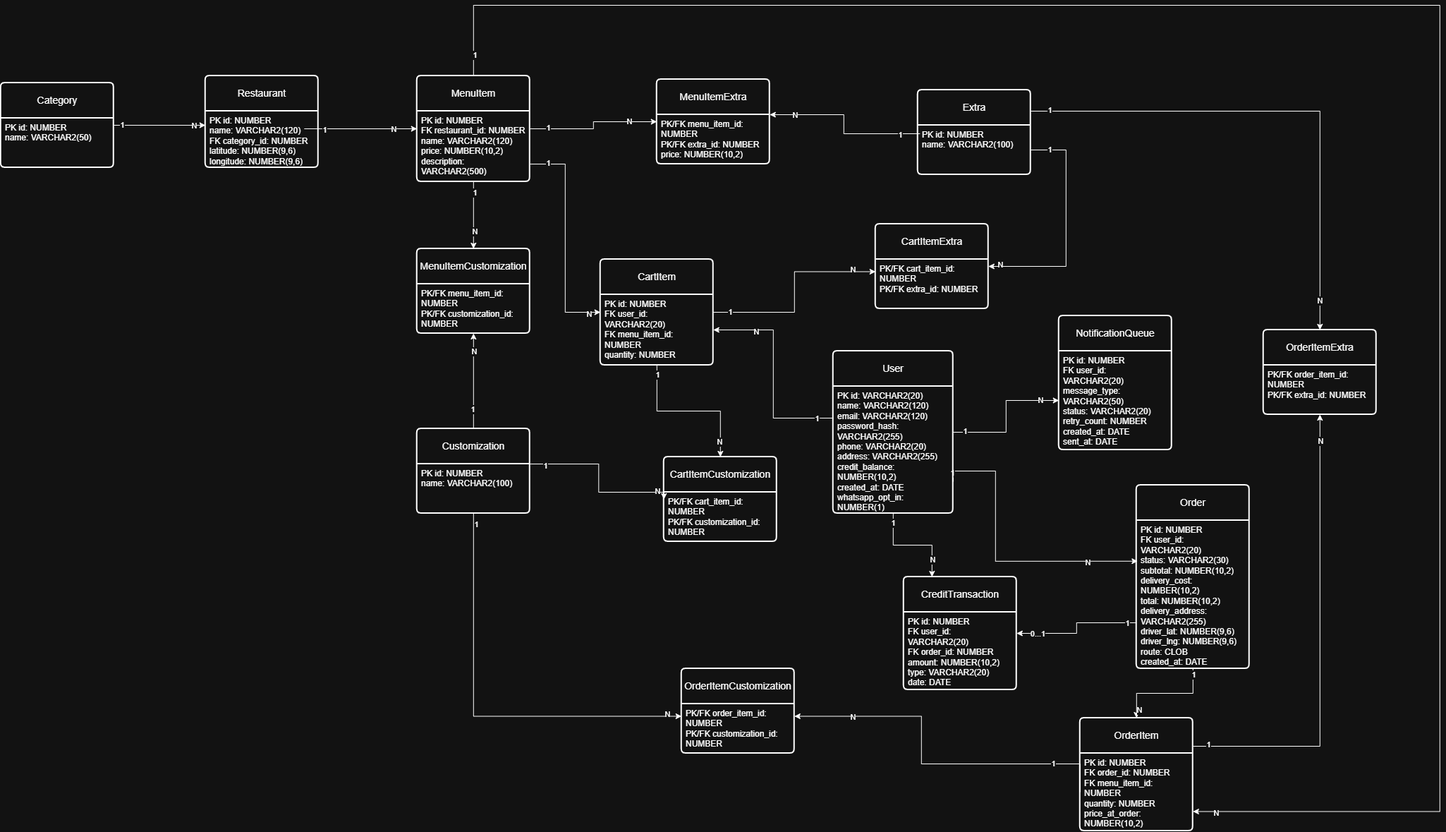
Before: diagrams/DB diagram.drawio.png, a diagram exported from draw.io (TheGnominator-glitch/Food-Delivery-Project). Source tidied: cells renumbered, new cells last; positions are measured from the earlier drawing's top-left corner, leaving out a move shared by most shapes.
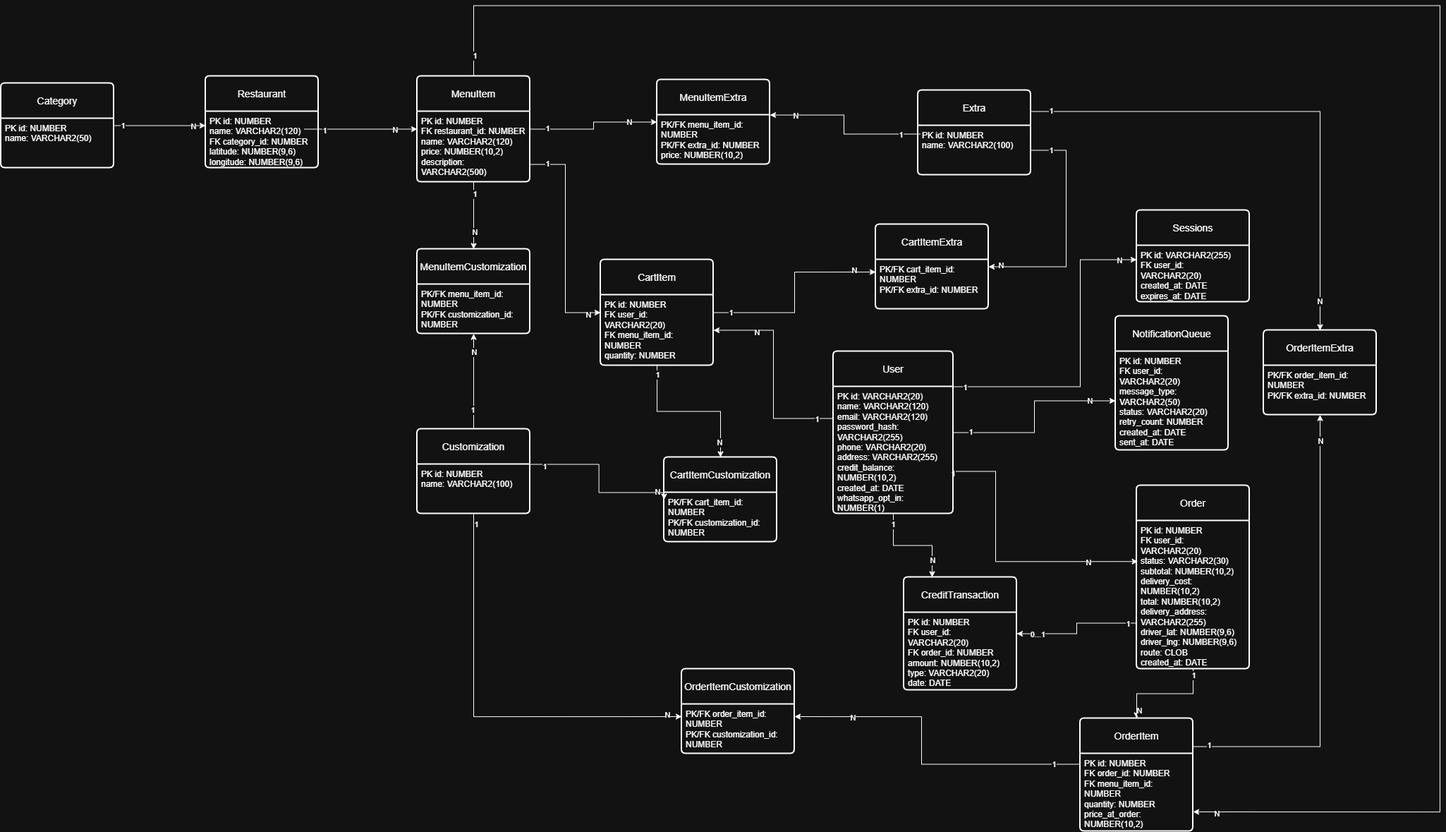
Above is the later version.

Commit message:
added session table to DB diagram and reworded system flow

Diff of the diagram source:
```diff
@@ -282,6 +282,24 @@
     <mxCell id="81" value="N" style="edgeLabel;html=1;align=center;verticalAlign=middle;" parent="79" vertex="1">
       <mxGeometry x="0.73" y="1" relative="1" as="geometry" />
     </mxCell>
+    <mxCell id="102" style="edgeStyle=orthogonalEdgeStyle;rounded=0;jettySize=auto;html=1;exitX=1;exitY=0;exitDx=0;exitDy=0;entryX=0;entryY=0.25;entryDx=0;entryDy=0;" parent="1" edge="1" source="83" target="106">
+      <mxGeometry relative="1" as="geometry">
+        <Array as="points">
+          <mxPoint x="1530" y="540" />
+          <mxPoint x="1530" y="360" />
+        </Array>
+      </mxGeometry>
+    </mxCell>
+    <mxCell id="103" value="N" style="edgeLabel;html=1;align=center;verticalAlign=middle;" parent="102" vertex="1">
+      <mxGeometry x="0.88" relative="1" as="geometry">
+        <mxPoint x="1" as="offset" />
+      </mxGeometry>
+    </mxCell>
+    <mxCell id="104" value="1" style="edgeLabel;html=1;align=center;verticalAlign=middle;" parent="102" vertex="1">
+      <mxGeometry x="-0.93" y="1" relative="1" as="geometry">
+        <mxPoint y="1" as="offset" />
+      </mxGeometry>
+    </mxCell>
     <mxCell id="82" value="User" style="swimlane;horizontal=1;startSize=50;rounded=1;fontSize=14;fontStyle=0;strokeWidth=2;shadow=0;dashed=0;align=center;arcSize=4;whiteSpace=wrap;html=1;" parent="1" vertex="1">
       <mxGeometry x="1180" y="490" width="170" height="230" as="geometry" />
     </mxCell>
@@ -337,10 +355,16 @@
       <mxGeometry y="50" width="160" height="110" as="geometry" />
     </mxCell>
     <mxCell id="100" value="NotificationQueue" style="swimlane;horizontal=1;startSize=50;rounded=1;fontSize=14;fontStyle=0;strokeWidth=2;shadow=0;dashed=0;align=center;arcSize=4;whiteSpace=wrap;html=1;" parent="1" vertex="1">
-      <mxGeometry x="1500" y="440" width="160" height="190" as="geometry" />
+      <mxGeometry x="1580" y="440" width="160" height="190" as="geometry" />
     </mxCell>
     <mxCell id="101" value="PK id: NUMBER&lt;div&gt;FK user_id: VARCHAR2(20)&lt;/div&gt;&lt;div&gt;message_type: VARCHAR2(50)&lt;/div&gt;&lt;div&gt;status: VARCHAR2(20)&lt;/div&gt;&lt;div&gt;retry_count: NUMBER&lt;/div&gt;&lt;div&gt;created_at: DATE&lt;/div&gt;&lt;div&gt;sent_at: DATE&lt;/div&gt;" style="align=left;strokeColor=none;fillColor=none;spacingLeft=4;spacingRight=4;fontSize=12;verticalAlign=top;html=1;whiteSpace=wrap;" parent="100" vertex="1">
       <mxGeometry y="50" width="160" height="140" as="geometry" />
     </mxCell>
+    <mxCell id="105" value="Sessions" style="swimlane;horizontal=1;startSize=50;rounded=1;fontSize=14;fontStyle=0;strokeWidth=2;shadow=0;dashed=0;align=center;arcSize=4;whiteSpace=wrap;html=1;" parent="1" vertex="1">
+      <mxGeometry x="1610" y="290" width="160" height="130" as="geometry" />
+    </mxCell>
+    <mxCell id="106" value="PK id: VARCHAR2(255)&lt;div&gt;FK user_id: VARCHAR2(20)&lt;/div&gt;&lt;div&gt;created_at: DATE&lt;/div&gt;&lt;div&gt;expires_at: DATE&lt;/div&gt;" style="align=left;strokeColor=none;fillColor=none;spacingLeft=4;spacingRight=4;fontSize=12;verticalAlign=top;html=1;whiteSpace=wrap;" parent="105" vertex="1">
+      <mxGeometry y="50" width="160" height="80" as="geometry" />
+    </mxCell>
   </root>
 </mxGraphModel>
```
